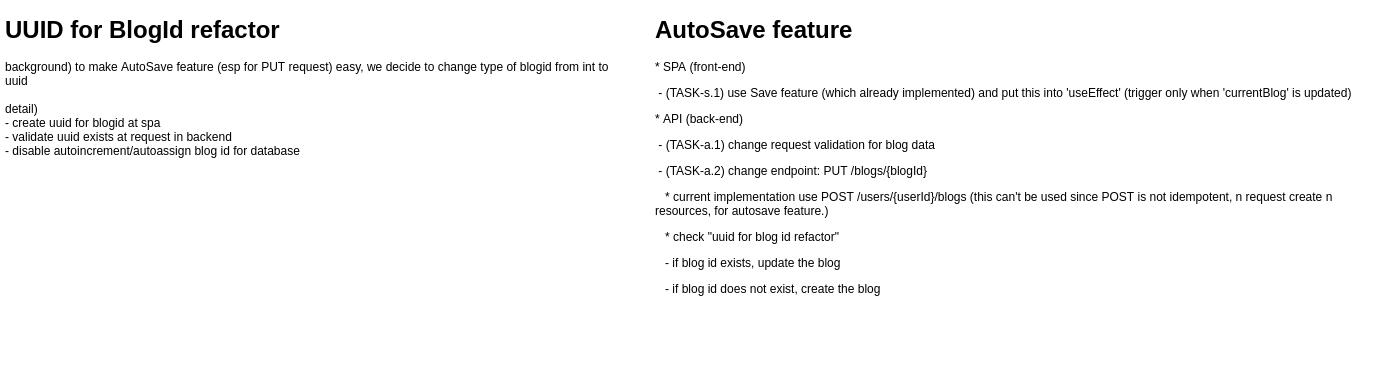
stsiwo/sts_blogs keeps this draw.io diagram as AutoSave_Publish_Feature.PNG. Above is the earlier version. Source tidied: cells renumbered, new cells last; positions are measured from the earlier drawing's top-left corner, leaving out a move shared by most shapes. Source of this version:
```xml
<mxGraphModel>
  <root>
    <mxCell id="0" />
    <mxCell id="1" parent="0" />
    <mxCell id="2" value="&lt;h1&gt;AutoSave feature&lt;/h1&gt;&lt;p&gt;* SPA (front-end)&lt;/p&gt;&lt;p&gt;&amp;nbsp;- (TASK-s.1) use Save feature (which already implemented) and put this into 'useEffect' (trigger only when 'currentBlog' is updated)&lt;/p&gt;&lt;p&gt;* API (back-end)&lt;/p&gt;&lt;p&gt;&amp;nbsp;- (TASK-a.1) change request validation for blog data&lt;/p&gt;&lt;p&gt;&amp;nbsp;- (TASK-a.2) change endpoint: PUT /blogs/{blogId}&amp;nbsp;&lt;/p&gt;&lt;p&gt;&amp;nbsp; &amp;nbsp;* current implementation use POST /users/{userId}/blogs (this can't be used since POST is not idempotent, n request create n resources, for autosave feature.)&amp;nbsp;&lt;/p&gt;&lt;p&gt;&amp;nbsp; &amp;nbsp;* check &quot;uuid for blog id refactor&quot;&amp;nbsp;&lt;/p&gt;&lt;p&gt;&amp;nbsp; &amp;nbsp;- if blog id exists, update the blog&lt;/p&gt;&lt;p&gt;&amp;nbsp; &amp;nbsp;- if blog id does not exist, create the blog&lt;/p&gt;" style="text;html=1;strokeColor=none;fillColor=none;spacing=5;spacingTop=-20;whiteSpace=wrap;overflow=hidden;rounded=0;" parent="1" vertex="1">
      <mxGeometry x="650" width="730" height="360" as="geometry" />
    </mxCell>
    <mxCell id="3" value="&lt;h1&gt;UUID for BlogId refactor&lt;/h1&gt;&lt;div&gt;background) to make AutoSave feature (esp for PUT request) easy, we decide to change type of blogid from int to uuid&lt;/div&gt;&lt;div&gt;&lt;br&gt;&lt;/div&gt;&lt;div&gt;detail)&lt;/div&gt;&lt;div&gt;- create uuid for blogid at spa&lt;/div&gt;&lt;div&gt;- validate uuid exists at request in backend&lt;/div&gt;&lt;div&gt;- disable autoincrement/autoassign blog id for database&lt;/div&gt;&lt;div&gt;&lt;br&gt;&lt;/div&gt;" style="text;html=1;strokeColor=none;fillColor=none;spacing=5;spacingTop=-20;whiteSpace=wrap;overflow=hidden;rounded=0;" parent="1" vertex="1">
      <mxGeometry width="620" height="190" as="geometry" />
    </mxCell>
  </root>
</mxGraphModel>
```
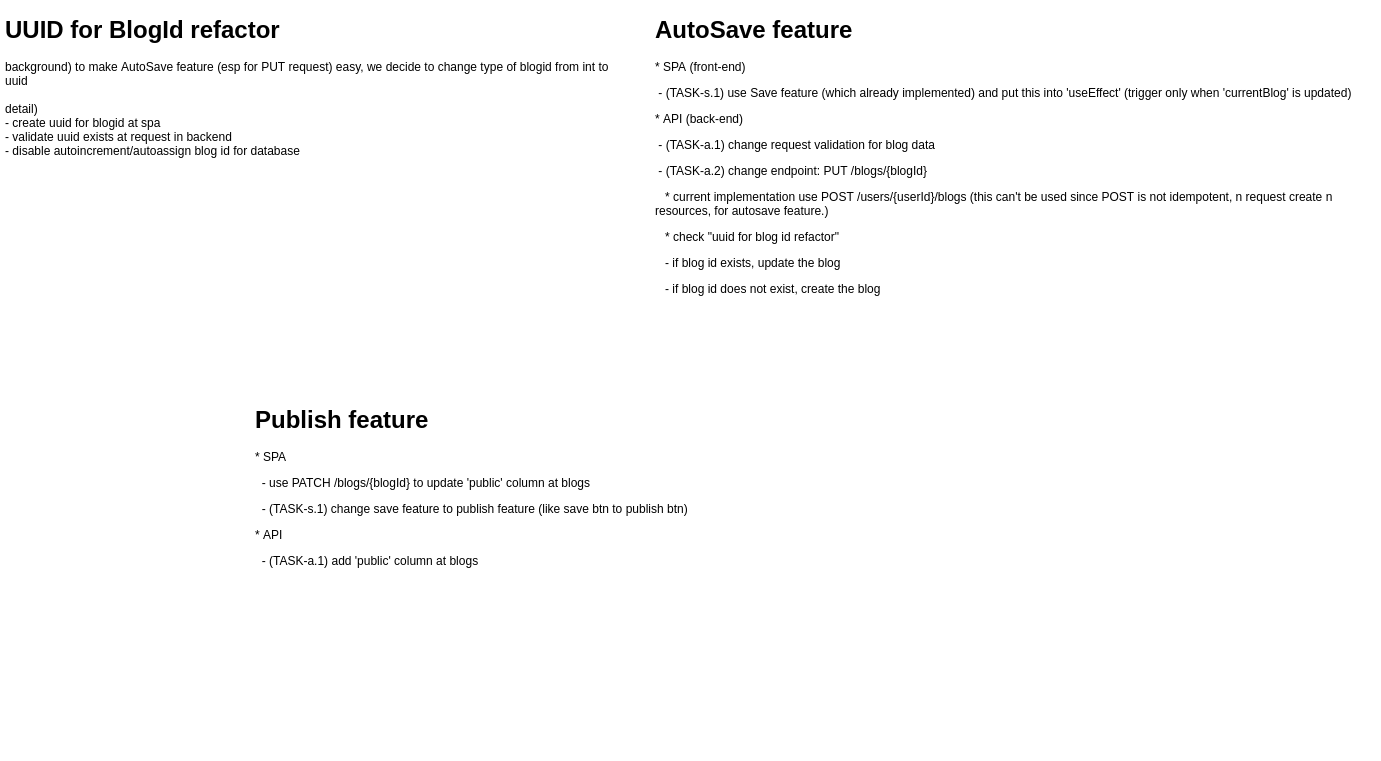
After the commit.

Diff of the diagram source:
```diff
@@ -8,5 +8,8 @@
     <mxCell id="3" value="&lt;h1&gt;UUID for BlogId refactor&lt;/h1&gt;&lt;div&gt;background) to make AutoSave feature (esp for PUT request) easy, we decide to change type of blogid from int to uuid&lt;/div&gt;&lt;div&gt;&lt;br&gt;&lt;/div&gt;&lt;div&gt;detail)&lt;/div&gt;&lt;div&gt;- create uuid for blogid at spa&lt;/div&gt;&lt;div&gt;- validate uuid exists at request in backend&lt;/div&gt;&lt;div&gt;- disable autoincrement/autoassign blog id for database&lt;/div&gt;&lt;div&gt;&lt;br&gt;&lt;/div&gt;" style="text;html=1;strokeColor=none;fillColor=none;spacing=5;spacingTop=-20;whiteSpace=wrap;overflow=hidden;rounded=0;" parent="1" vertex="1">
       <mxGeometry width="620" height="190" as="geometry" />
     </mxCell>
+    <mxCell id="4" value="&lt;h1&gt;Publish feature&lt;/h1&gt;&lt;p&gt;* SPA&lt;/p&gt;&lt;p&gt;&amp;nbsp; - use PATCH /blogs/{blogId} to update 'public' column at blogs&lt;/p&gt;&lt;p&gt;&amp;nbsp; - (TASK-s.1) change save feature to publish feature (like save btn to publish btn)&lt;/p&gt;&lt;p&gt;* API&amp;nbsp;&lt;/p&gt;&lt;p&gt;&amp;nbsp; - (TASK-a.1) add 'public' column at blogs&amp;nbsp;&lt;/p&gt;" style="text;html=1;strokeColor=none;fillColor=none;spacing=5;spacingTop=-20;whiteSpace=wrap;overflow=hidden;rounded=0;" parent="1" vertex="1">
+      <mxGeometry x="250" y="390" width="730" height="360" as="geometry" />
+    </mxCell>
   </root>
 </mxGraphModel>
```
